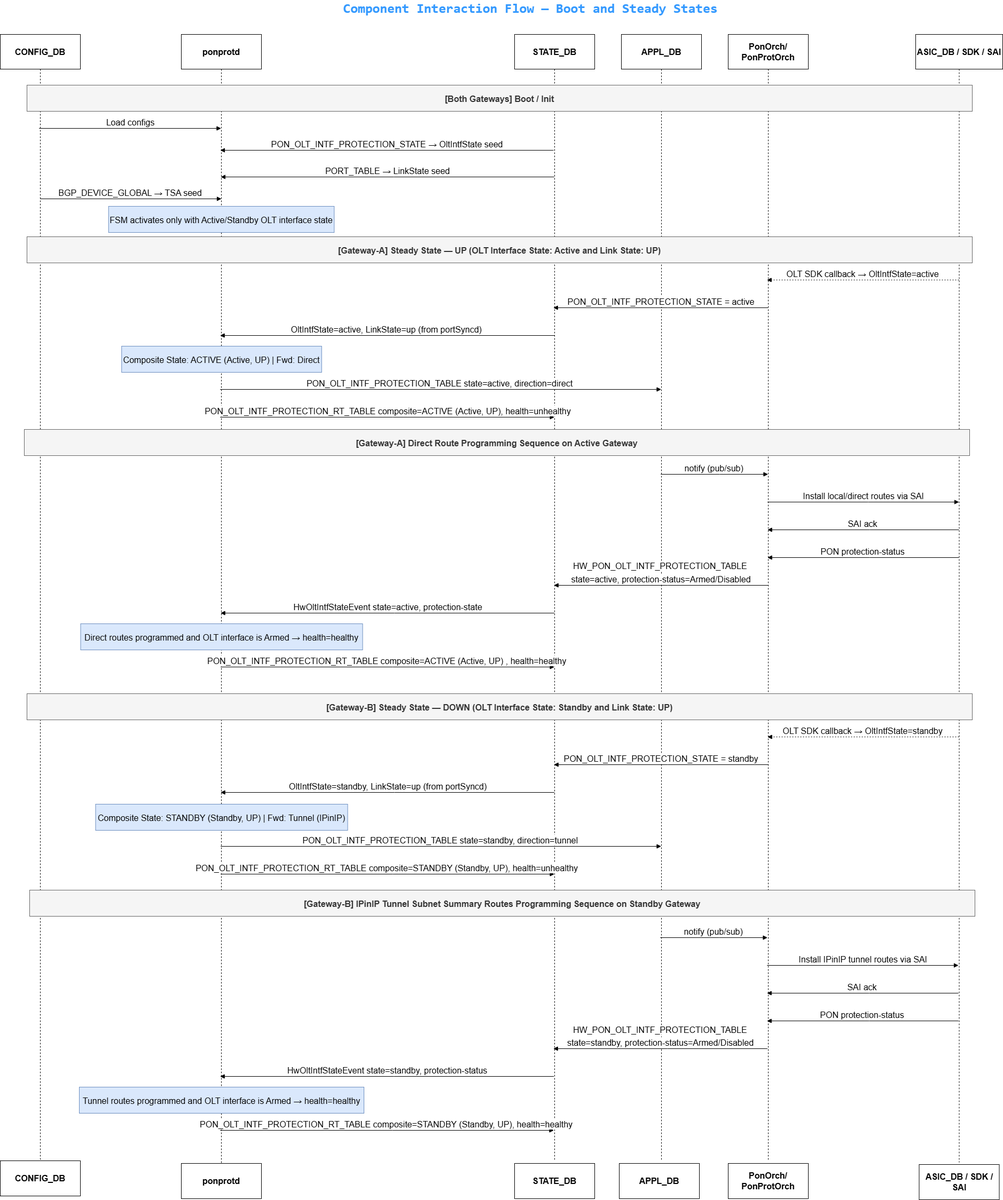
The draw.io diagram doc/pon/images/Component Interaction Flow — Boot and Steady States.png in sonic-net/SONiC, before a commit. Source tidied: cells renumbered, new cells last; positions are measured from the earlier drawing's top-left corner, leaving out a move shared by most shapes.
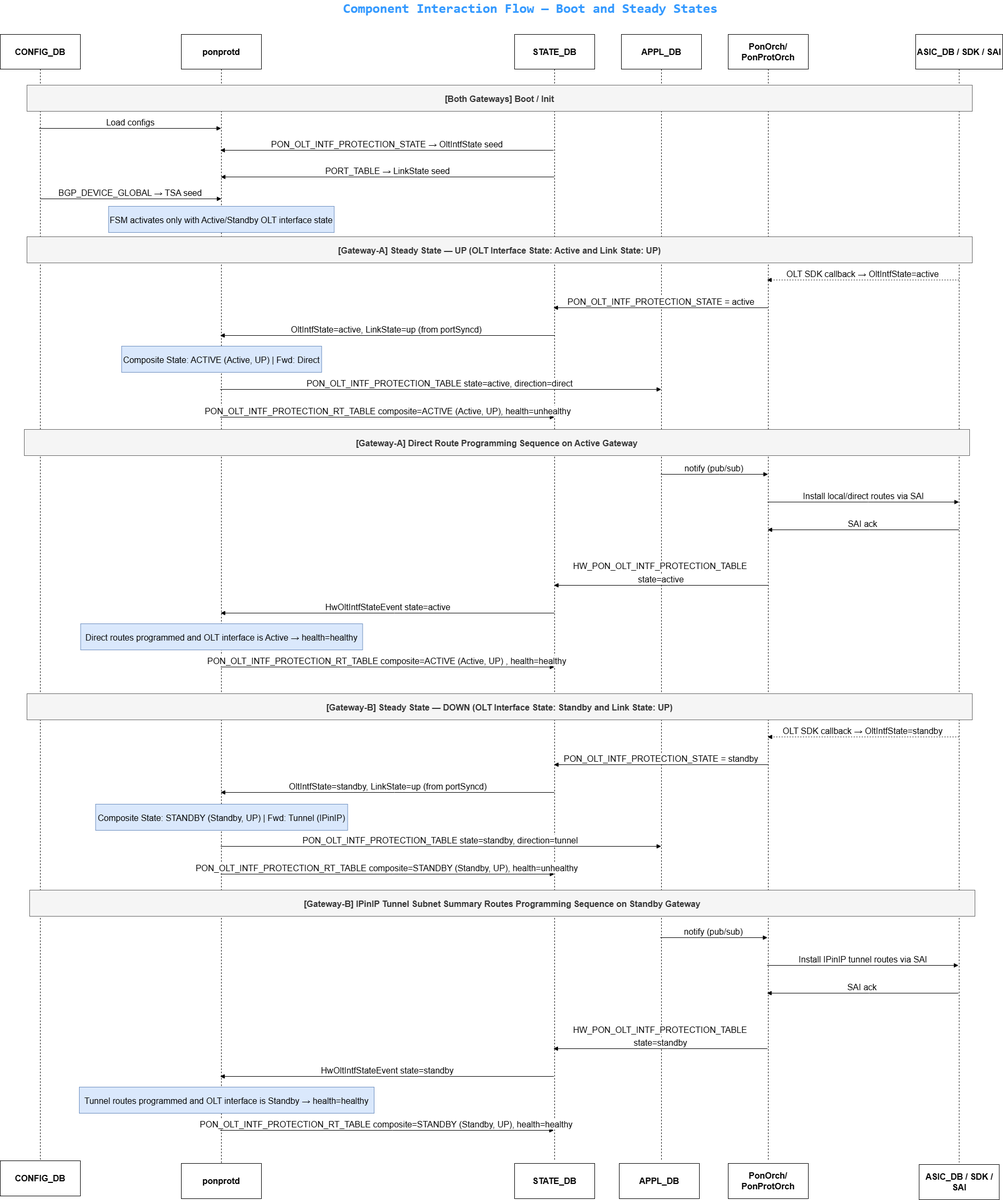
After the change.

Diff of the diagram source:
```diff
@@ -128,16 +128,7 @@
         </Array>
       </mxGeometry>
     </mxCell>
-    <mxCell id="26" value="PON protection-status" style="verticalAlign=bottom;edgeStyle=elbowEdgeStyle;elbow=vertical;curved=0;rounded=0;endArrow=block;fontSize=16;" parent="1" edge="1">
-      <mxGeometry relative="1" as="geometry">
-        <mxPoint x="1795" y="1044" as="sourcePoint" />
-        <mxPoint x="1436.7" y="1044" as="targetPoint" />
-        <Array as="points">
-          <mxPoint x="1628" y="1044" />
-        </Array>
-      </mxGeometry>
-    </mxCell>
-    <mxCell id="27" value="state=active, protection-status=Armed/Disabled" style="verticalAlign=bottom;edgeStyle=elbowEdgeStyle;elbow=vertical;curved=0;rounded=0;endArrow=block;fontSize=16;" parent="1" edge="1">
+    <mxCell id="27" value="state=active" style="verticalAlign=bottom;edgeStyle=elbowEdgeStyle;elbow=vertical;curved=0;rounded=0;endArrow=block;fontSize=16;" parent="1" edge="1">
       <mxGeometry relative="1" as="geometry">
         <mxPoint x="1437.5" y="1096" as="sourcePoint" />
         <mxPoint x="1036.7" y="1096" as="targetPoint" />
@@ -146,7 +137,7 @@
         </Array>
       </mxGeometry>
     </mxCell>
-    <mxCell id="28" value="HwOltIntfStateEvent state=active, protection-state" style="verticalAlign=bottom;edgeStyle=elbowEdgeStyle;elbow=vertical;curved=0;rounded=0;endArrow=block;fontSize=16;" parent="1" edge="1">
+    <mxCell id="28" value="HwOltIntfStateEvent state=active" style="verticalAlign=bottom;edgeStyle=elbowEdgeStyle;elbow=vertical;curved=0;rounded=0;endArrow=block;fontSize=16;" parent="1" edge="1">
       <mxGeometry relative="1" as="geometry">
         <mxPoint x="1037.5" y="1148" as="sourcePoint" />
         <mxPoint x="412.7" y="1148" as="targetPoint" />
@@ -236,16 +227,7 @@
         </Array>
       </mxGeometry>
     </mxCell>
-    <mxCell id="38" value="PON protection-status" style="verticalAlign=bottom;edgeStyle=elbowEdgeStyle;elbow=vertical;curved=0;rounded=0;endArrow=block;fontSize=16;" parent="1" edge="1">
-      <mxGeometry relative="1" as="geometry">
-        <mxPoint x="1794" y="1912" as="sourcePoint" />
-        <mxPoint x="1435.7" y="1912" as="targetPoint" />
-        <Array as="points">
-          <mxPoint x="1627" y="1912" />
-        </Array>
-      </mxGeometry>
-    </mxCell>
-    <mxCell id="39" value="state=standby, protection-status=Armed/Disabled" style="verticalAlign=bottom;edgeStyle=elbowEdgeStyle;elbow=vertical;curved=0;rounded=0;endArrow=block;fontSize=16;" parent="1" edge="1">
+    <mxCell id="39" value="state=standby" style="verticalAlign=bottom;edgeStyle=elbowEdgeStyle;elbow=vertical;curved=0;rounded=0;endArrow=block;fontSize=16;" parent="1" edge="1">
       <mxGeometry relative="1" as="geometry">
         <mxPoint x="1436.5" y="1964" as="sourcePoint" />
         <mxPoint x="1035.7" y="1964" as="targetPoint" />
@@ -254,7 +236,7 @@
         </Array>
       </mxGeometry>
     </mxCell>
-    <mxCell id="40" value="HwOltIntfStateEvent state=standby, protection-status" style="verticalAlign=bottom;edgeStyle=elbowEdgeStyle;elbow=vertical;curved=0;rounded=0;endArrow=block;fontSize=16;" parent="1" edge="1">
+    <mxCell id="40" value="HwOltIntfStateEvent state=standby" style="verticalAlign=bottom;edgeStyle=elbowEdgeStyle;elbow=vertical;curved=0;rounded=0;endArrow=block;fontSize=16;" parent="1" edge="1">
       <mxGeometry relative="1" as="geometry">
         <mxPoint x="1036.5" y="2016" as="sourcePoint" />
         <mxPoint x="411.7" y="2016" as="targetPoint" />
@@ -284,7 +266,7 @@
     <mxCell id="45" value="Composite State: ACTIVE (Active, UP) | Fwd: Direct" style="fillColor=#dae8fc;strokeColor=#6c8ebf;fontSize=16;" parent="1" vertex="1">
       <mxGeometry x="227.2" y="648" width="374.5" height="49" as="geometry" />
     </mxCell>
-    <mxCell id="46" value="Direct routes programmed and OLT interface is Armed → health=healthy" style="fillColor=#dae8fc;strokeColor=#6c8ebf;fontSize=16;" parent="1" vertex="1">
+    <mxCell id="46" value="Direct routes programmed and OLT interface is Active → health=healthy" style="fillColor=#dae8fc;strokeColor=#6c8ebf;fontSize=16;" parent="1" vertex="1">
       <mxGeometry x="150.5" y="1168" width="528" height="49" as="geometry" />
     </mxCell>
     <mxCell id="47" value="[Gateway-B] Steady State — DOWN (OLT Interface State: Standby and Link State: UP)" style="fillColor=#f5f5f5;strokeColor=#666666;fontColor=#333333;fontStyle=1;fontSize=16;" parent="1" vertex="1">
@@ -293,8 +275,8 @@
     <mxCell id="48" value="Composite State: STANDBY (Standby, UP) | Fwd: Tunnel (IPinIP)" style="fillColor=#dae8fc;strokeColor=#6c8ebf;fontSize=16;" parent="1" vertex="1">
       <mxGeometry x="178.5" y="1506" width="472" height="49" as="geometry" />
     </mxCell>
-    <mxCell id="49" value="Tunnel routes programmed and OLT interface is Armed → health=healthy" style="fillColor=#dae8fc;strokeColor=#6c8ebf;fontSize=16;" parent="1" vertex="1">
-      <mxGeometry x="148" y="2036" width="533" height="49" as="geometry" />
+    <mxCell id="49" value="Tunnel routes programmed and OLT interface is Standby → health=healthy" style="fillColor=#dae8fc;strokeColor=#6c8ebf;fontSize=16;" parent="1" vertex="1">
+      <mxGeometry x="148" y="2036" width="552" height="49" as="geometry" />
     </mxCell>
     <mxCell id="50" value="PORT_TABLE → LinkState seed" style="verticalAlign=bottom;edgeStyle=elbowEdgeStyle;elbow=vertical;curved=0;rounded=0;endArrow=block;fontSize=16;" parent="1" edge="1">
       <mxGeometry relative="1" as="geometry">
```
